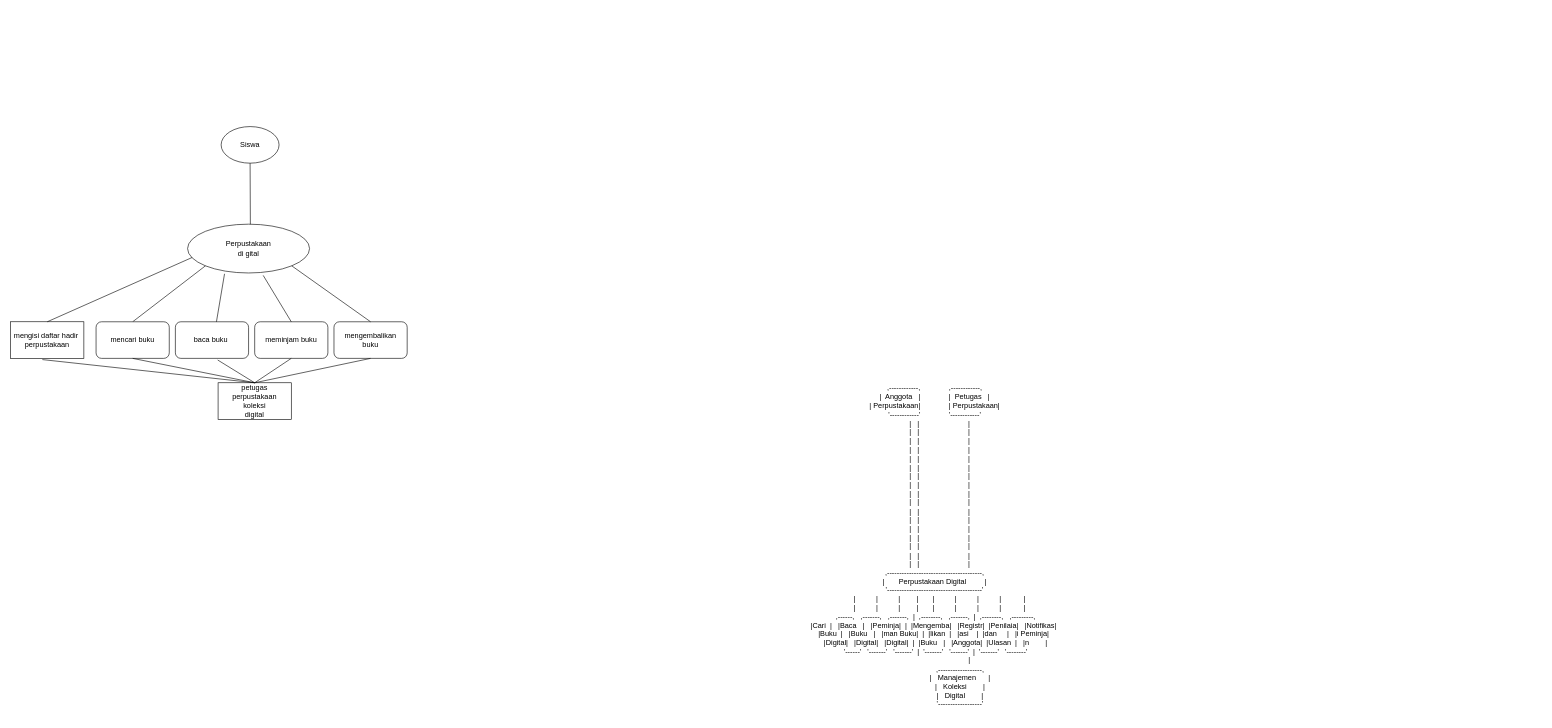
Before: use case perpustakaan digital.drawio in Ega-Wirausaha/perpus-digital, a draw.io diagram. Source tidied: cells renumbered, new cells numbered last; positions are measured from the earlier drawing's top-left corner, leaving out a move shared by most shapes. Both pictures are drawn from the tidied source at 61%, with x=0, y=0 at pixel (10, 126).
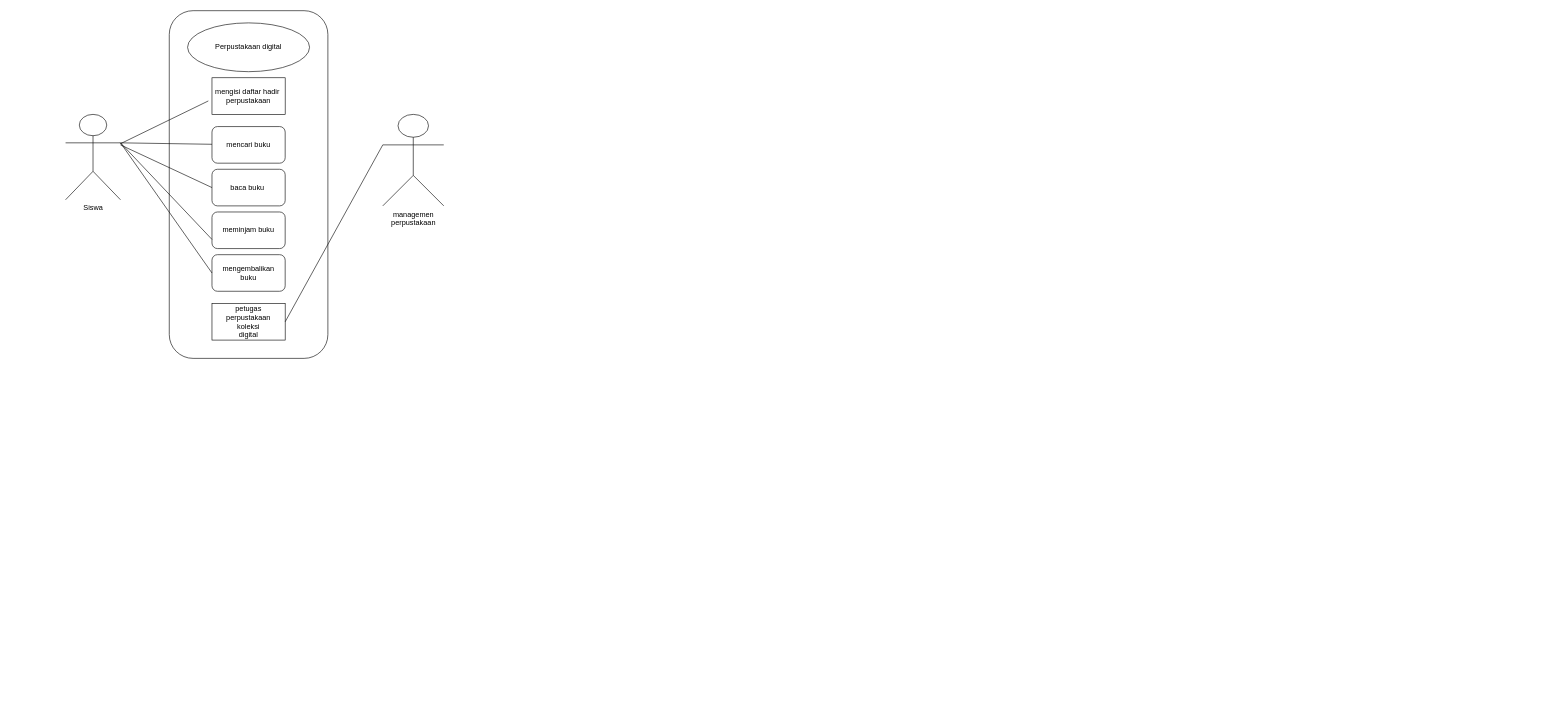
The same page after the edit.

The edit, as a diff of the source:
```diff
@@
-    <mxCell id="2" value="&lt;div&gt;&amp;nbsp; &amp;nbsp; &amp;nbsp; &amp;nbsp; &amp;nbsp;,------------,&amp;nbsp; &amp;nbsp; &amp;nbsp; &amp;nbsp; &amp;nbsp; &amp;nbsp; &amp;nbsp; ,------------,&lt;/div&gt;&lt;div&gt;&amp;nbsp; &amp;nbsp; &amp;nbsp; &amp;nbsp; &amp;nbsp;|&amp;nbsp; Anggota&amp;nbsp; &amp;nbsp;|&amp;nbsp; &amp;nbsp; &amp;nbsp; &amp;nbsp; &amp;nbsp; &amp;nbsp; &amp;nbsp; |&amp;nbsp; Petugas&amp;nbsp; &amp;nbsp;|&lt;/div&gt;&lt;div&gt;&amp;nbsp; &amp;nbsp; &amp;nbsp; &amp;nbsp; &amp;nbsp;| Perpustakaan|&amp;nbsp; &amp;nbsp; &amp;nbsp; &amp;nbsp; &amp;nbsp; &amp;nbsp; &amp;nbsp; | Perpustakaan|&lt;/div&gt;&lt;div&gt;&amp;nbsp; &amp;nbsp; &amp;nbsp; &amp;nbsp; &amp;nbsp;'------------'&amp;nbsp; &amp;nbsp; &amp;nbsp; &amp;nbsp; &amp;nbsp; &amp;nbsp; &amp;nbsp; '------------'&lt;/div&gt;&lt;div&gt;&amp;nbsp; &amp;nbsp; &amp;nbsp; &amp;nbsp; &amp;nbsp; &amp;nbsp; &amp;nbsp; |&amp;nbsp; &amp;nbsp;|&amp;nbsp; &amp;nbsp; &amp;nbsp; &amp;nbsp; &amp;nbsp; &amp;nbsp; &amp;nbsp; &amp;nbsp; &amp;nbsp; &amp;nbsp; &amp;nbsp; &amp;nbsp; |&lt;/div&gt;&lt;div&gt;&amp;nbsp; &amp;nbsp; &amp;nbsp; &amp;nbsp; &amp;nbsp; &amp;nbsp; &amp;nbsp; |&amp;nbsp; &amp;nbsp;|&amp;nbsp; &amp;nbsp; &amp;nbsp; &amp;nbsp; &amp;nbsp; &amp;nbsp; &amp;nbsp; &amp;nbsp; &amp;nbsp; &amp;nbsp; &amp;nbsp; &amp;nbsp; |&lt;/div&gt;&lt;div&gt;&amp;nbsp; &amp;nbsp; &amp;nbsp; &amp;nbsp; &amp;nbsp; &amp;nbsp; &amp;nbsp; |&amp;nbsp; &amp;nbsp;|&amp;nbsp; &amp;nbsp; &amp;nbsp; &amp;nbsp; &amp;nbsp; &amp;nbsp; &amp;nbsp; &amp;nbsp; &amp;nbsp; &amp;nbsp; &amp;nbsp; &amp;nbsp; |&lt;/div&gt;&lt;div&gt;&amp;nbsp; &amp;nbsp; &amp;nbsp; &amp;nbsp; &amp;nbsp; &amp;nbsp; &amp;nbsp; |&amp;nbsp; &amp;nbsp;|&amp;nbsp; &amp;nbsp; &amp;nbsp; &amp;nbsp; &amp;nbsp; &amp;nbsp; &amp;nbsp; &amp;nbsp; &amp;nbsp; &amp;nbsp; &amp;nbsp; &amp;nbsp; |&lt;/div&gt;&lt;div&gt;&amp;nbsp; &amp;nbsp; &amp;nbsp; &amp;nbsp; &amp;nbsp; &amp;nbsp; &amp;nbsp; |&amp;nbsp; &amp;nbsp;|&amp;nbsp; &amp;nbsp; &amp;nbsp; &amp;nbsp; &amp;nbsp; &amp;nbsp; &amp;nbsp; &amp;nbsp; &amp;nbsp; &amp;nbsp; &amp;nbsp; &amp;nbsp; |&lt;/div&gt;&lt;div&gt;&amp;nbsp; &amp;nbsp; &amp;nbsp; &amp;nbsp; &amp;nbsp; &amp;nbsp; &amp;nbsp; |&amp;nbsp; &amp;nbsp;|&amp;nbsp; &amp;nbsp; &amp;nbsp; &amp;nbsp; &amp;nbsp; &amp;nbsp; &amp;nbsp; &amp;nbsp; &amp;nbsp; &amp;nbsp; &amp;nbsp; &amp;nbsp; |&lt;/div&gt;&lt;div&gt;&amp;nbsp; &amp;nbsp; &amp;nbsp; &amp;nbsp; &amp;nbsp; &amp;nbsp; &amp;nbsp; |&amp;nbsp; &amp;nbsp;|&amp;nbsp; &amp;nbsp; &amp;nbsp; &amp;nbsp; &amp;nbsp; &amp;nbsp; &amp;nbsp; &amp;nbsp; &amp;nbsp; &amp;nbsp; &amp;nbsp; &amp;nbsp; |&lt;/div&gt;&lt;div&gt;&amp;nbsp; &amp;nbsp; &amp;nbsp; &amp;nbsp; &amp;nbsp; &amp;nbsp; &amp;nbsp; |&amp;nbsp; &amp;nbsp;|&amp;nbsp; &amp;nbsp; &amp;nbsp; &amp;nbsp; &amp;nbsp; &amp;nbsp; &amp;nbsp; &amp;nbsp; &amp;nbsp; &amp;nbsp; &amp;nbsp; &amp;nbsp; |&lt;/div&gt;&lt;div&gt;&amp;nbsp; &amp;nbsp; &amp;nbsp; &amp;nbsp; &amp;nbsp; &amp;nbsp; &amp;nbsp; |&amp;nbsp; &amp;nbsp;|&amp;nbsp; &amp;nbsp; &amp;nbsp; &amp;nbsp; &amp;nbsp; &amp;nbsp; &amp;nbsp; &amp;nbsp; &amp;nbsp; &amp;nbsp; &amp;nbsp; &amp;nbsp; |&lt;/div&gt;&lt;div&gt;&amp;nbsp; &amp;nbsp; &amp;nbsp; &amp;nbsp; &amp;nbsp; &amp;nbsp; &amp;nbsp; |&amp;nbsp; &amp;nbsp;|&amp;nbsp; &amp;nbsp; &amp;nbsp; &amp;nbsp; &amp;nbsp; &amp;nbsp; &amp;nbsp; &amp;nbsp; &amp;nbsp; &amp;nbsp; &amp;nbsp; &amp;nbsp; |&lt;/div&gt;&lt;div&gt;&amp;nbsp; &amp;nbsp; &amp;nbsp; &amp;nbsp; &amp;nbsp; &amp;nbsp; &amp;nbsp; |&amp;nbsp; &amp;nbsp;|&amp;nbsp; &amp;nbsp; &amp;nbsp; &amp;nbsp; &amp;nbsp; &amp;nbsp; &amp;nbsp; &amp;nbsp; &amp;nbsp; &amp;nbsp; &amp;nbsp; &amp;nbsp; |&lt;/div&gt;&lt;div&gt;&amp;nbsp; &amp;nbsp; &amp;nbsp; &amp;nbsp; &amp;nbsp; &amp;nbsp; &amp;nbsp; |&amp;nbsp; &amp;nbsp;|&amp;nbsp; &amp;nbsp; &amp;nbsp; &amp;nbsp; &amp;nbsp; &amp;nbsp; &amp;nbsp; &amp;nbsp; &amp;nbsp; &amp;nbsp; &amp;nbsp; &amp;nbsp; |&lt;/div&gt;&lt;div&gt;&amp;nbsp; &amp;nbsp; &amp;nbsp; &amp;nbsp; &amp;nbsp; &amp;nbsp; &amp;nbsp; |&amp;nbsp; &amp;nbsp;|&amp;nbsp; &amp;nbsp; &amp;nbsp; &amp;nbsp; &amp;nbsp; &amp;nbsp; &amp;nbsp; &amp;nbsp; &amp;nbsp; &amp;nbsp; &amp;nbsp; &amp;nbsp; |&lt;/div&gt;&lt;div&gt;&amp;nbsp; &amp;nbsp; &amp;nbsp; &amp;nbsp; &amp;nbsp; &amp;nbsp; &amp;nbsp; |&amp;nbsp; &amp;nbsp;|&amp;nbsp; &amp;nbsp; &amp;nbsp; &amp;nbsp; &amp;nbsp; &amp;nbsp; &amp;nbsp; &amp;nbsp; &amp;nbsp; &amp;nbsp; &amp;nbsp; &amp;nbsp; |&lt;/div&gt;&lt;div&gt;&amp;nbsp; &amp;nbsp; &amp;nbsp; &amp;nbsp; &amp;nbsp; &amp;nbsp; &amp;nbsp; |&amp;nbsp; &amp;nbsp;|&amp;nbsp; &amp;nbsp; &amp;nbsp; &amp;nbsp; &amp;nbsp; &amp;nbsp; &amp;nbsp; &amp;nbsp; &amp;nbsp; &amp;nbsp; &amp;nbsp; &amp;nbsp; |&lt;/div&gt;&lt;div&gt;&amp;nbsp; &amp;nbsp; &amp;nbsp; &amp;nbsp; &amp;nbsp; &amp;nbsp; &amp;nbsp; |&amp;nbsp; &amp;nbsp;|&amp;nbsp; &amp;nbsp; &amp;nbsp; &amp;nbsp; &amp;nbsp; &amp;nbsp; &amp;nbsp; &amp;nbsp; &amp;nbsp; &amp;nbsp; &amp;nbsp; &amp;nbsp; |&lt;/div&gt;&lt;div&gt;&amp;nbsp; &amp;nbsp; &amp;nbsp; &amp;nbsp; &amp;nbsp; &amp;nbsp; &amp;nbsp; |&amp;nbsp; &amp;nbsp;|&amp;nbsp; &amp;nbsp; &amp;nbsp; &amp;nbsp; &amp;nbsp; &amp;nbsp; &amp;nbsp; &amp;nbsp; &amp;nbsp; &amp;nbsp; &amp;nbsp; &amp;nbsp; |&lt;/div&gt;&lt;div&gt;&amp;nbsp; &amp;nbsp; &amp;nbsp; &amp;nbsp; &amp;nbsp;,---------------------------------------,&lt;/div&gt;&lt;div&gt;&amp;nbsp; &amp;nbsp; &amp;nbsp; &amp;nbsp; &amp;nbsp;|&amp;nbsp; &amp;nbsp; &amp;nbsp; &amp;nbsp;Perpustakaan Digital&amp;nbsp; &amp;nbsp; &amp;nbsp; &amp;nbsp; &amp;nbsp;|&lt;/div&gt;&lt;div&gt;&amp;nbsp; &amp;nbsp; &amp;nbsp; &amp;nbsp; &amp;nbsp;'---------------------------------------'&lt;/div&gt;&lt;div&gt;&amp;nbsp; &amp;nbsp; &amp;nbsp; &amp;nbsp; &amp;nbsp; &amp;nbsp; &amp;nbsp; |&amp;nbsp; &amp;nbsp; &amp;nbsp; &amp;nbsp; &amp;nbsp; |&amp;nbsp; &amp;nbsp; &amp;nbsp; &amp;nbsp; &amp;nbsp; |&amp;nbsp; &amp;nbsp; &amp;nbsp; &amp;nbsp; |&amp;nbsp; &amp;nbsp; &amp;nbsp; &amp;nbsp;|&amp;nbsp; &amp;nbsp; &amp;nbsp; &amp;nbsp; &amp;nbsp; |&amp;nbsp; &amp;nbsp; &amp;nbsp; &amp;nbsp; &amp;nbsp; |&amp;nbsp; &amp;nbsp; &amp;nbsp; &amp;nbsp; &amp;nbsp; |&amp;nbsp; &amp;nbsp; &amp;nbsp; &amp;nbsp; &amp;nbsp; &amp;nbsp;|&lt;/div&gt;&lt;div&gt;&amp;nbsp; &amp;nbsp; &amp;nbsp; &amp;nbsp; &amp;nbsp; &amp;nbsp; &amp;nbsp; |&amp;nbsp; &amp;nbsp; &amp;nbsp; &amp;nbsp; &amp;nbsp; |&amp;nbsp; &amp;nbsp; &amp;nbsp; &amp;nbsp; &amp;nbsp; |&amp;nbsp; &amp;nbsp; &amp;nbsp; &amp;nbsp; |&amp;nbsp; &amp;nbsp; &amp;nbsp; &amp;nbsp;|&amp;nbsp; &amp;nbsp; &amp;nbsp; &amp;nbsp; &amp;nbsp; |&amp;nbsp; &amp;nbsp; &amp;nbsp; &amp;nbsp; &amp;nbsp; |&amp;nbsp; &amp;nbsp; &amp;nbsp; &amp;nbsp; &amp;nbsp; |&amp;nbsp; &amp;nbsp; &amp;nbsp; &amp;nbsp; &amp;nbsp; &amp;nbsp;|&lt;/div&gt;&lt;div&gt;&amp;nbsp; &amp;nbsp; &amp;nbsp; &amp;nbsp; &amp;nbsp; ,------,&amp;nbsp; &amp;nbsp;,-------,&amp;nbsp; &amp;nbsp;,-------,&amp;nbsp; |&amp;nbsp; ,--------,&amp;nbsp; &amp;nbsp;,-------,&amp;nbsp; |&amp;nbsp; ,--------,&amp;nbsp; &amp;nbsp;,---------,&lt;/div&gt;&lt;div&gt;&amp;nbsp; &amp;nbsp; &amp;nbsp; &amp;nbsp; &amp;nbsp; |Cari&amp;nbsp; |&amp;nbsp; &amp;nbsp;|Baca&amp;nbsp; &amp;nbsp;|&amp;nbsp; &amp;nbsp;|Peminja|&amp;nbsp; |&amp;nbsp; |Mengemba|&amp;nbsp; &amp;nbsp;|Registr|&amp;nbsp; |Penilaia|&amp;nbsp; &amp;nbsp;|Notifikas|&amp;nbsp;&amp;nbsp;&lt;/div&gt;&lt;div&gt;&amp;nbsp; &amp;nbsp; &amp;nbsp; &amp;nbsp; &amp;nbsp; |Buku&amp;nbsp; |&amp;nbsp; &amp;nbsp;|Buku&amp;nbsp; &amp;nbsp;|&amp;nbsp; &amp;nbsp;|man Buku|&amp;nbsp; |&amp;nbsp; |likan&amp;nbsp; |&amp;nbsp; &amp;nbsp;|asi&amp;nbsp; &amp;nbsp; |&amp;nbsp; |dan&amp;nbsp; &amp;nbsp; &amp;nbsp;|&amp;nbsp; &amp;nbsp;|i Peminja|&amp;nbsp;&amp;nbsp;&lt;/div&gt;&lt;div&gt;&amp;nbsp; &amp;nbsp; &amp;nbsp; &amp;nbsp; &amp;nbsp; |Digital|&amp;nbsp; &amp;nbsp;|Digital|&amp;nbsp; &amp;nbsp;|Digital|&amp;nbsp; |&amp;nbsp; |Buku&amp;nbsp; &amp;nbsp;|&amp;nbsp; &amp;nbsp;|Anggota|&amp;nbsp; |Ulasan&amp;nbsp; |&amp;nbsp; &amp;nbsp;|n&amp;nbsp; &amp;nbsp; &amp;nbsp; &amp;nbsp; |&lt;/div&gt;&lt;div&gt;&amp;nbsp; &amp;nbsp; &amp;nbsp; &amp;nbsp; &amp;nbsp; '------'&amp;nbsp; &amp;nbsp;'-------'&amp;nbsp; &amp;nbsp;'-------'&amp;nbsp; |&amp;nbsp; '-------'&amp;nbsp; &amp;nbsp;'-------'&amp;nbsp; |&amp;nbsp; '-------'&amp;nbsp; &amp;nbsp;'--------'&lt;/div&gt;&lt;div&gt;&amp;nbsp; &amp;nbsp; &amp;nbsp; &amp;nbsp; &amp;nbsp; &amp;nbsp; &amp;nbsp; &amp;nbsp; &amp;nbsp; &amp;nbsp; &amp;nbsp; &amp;nbsp; &amp;nbsp; &amp;nbsp; &amp;nbsp; &amp;nbsp; &amp;nbsp; &amp;nbsp; &amp;nbsp; &amp;nbsp; &amp;nbsp; &amp;nbsp;|&lt;/div&gt;&lt;div&gt;&amp;nbsp; &amp;nbsp; &amp;nbsp; &amp;nbsp; &amp;nbsp; &amp;nbsp; &amp;nbsp; &amp;nbsp; &amp;nbsp; &amp;nbsp; &amp;nbsp; &amp;nbsp; &amp;nbsp; &amp;nbsp; &amp;nbsp; &amp;nbsp; &amp;nbsp; ,------------------,&lt;/div&gt;&lt;div&gt;&amp;nbsp; &amp;nbsp; &amp;nbsp; &amp;nbsp; &amp;nbsp; &amp;nbsp; &amp;nbsp; &amp;nbsp; &amp;nbsp; &amp;nbsp; &amp;nbsp; &amp;nbsp; &amp;nbsp; &amp;nbsp; &amp;nbsp; &amp;nbsp; &amp;nbsp; |&amp;nbsp; &amp;nbsp;Manajemen&amp;nbsp; &amp;nbsp; &amp;nbsp; |&lt;/div&gt;&lt;div&gt;&amp;nbsp; &amp;nbsp; &amp;nbsp; &amp;nbsp; &amp;nbsp; &amp;nbsp; &amp;nbsp; &amp;nbsp; &amp;nbsp; &amp;nbsp; &amp;nbsp; &amp;nbsp; &amp;nbsp; &amp;nbsp; &amp;nbsp; &amp;nbsp; &amp;nbsp; |&amp;nbsp; &amp;nbsp;Koleksi&amp;nbsp; &amp;nbsp; &amp;nbsp; &amp;nbsp; |&lt;/div&gt;&lt;div&gt;&amp;nbsp; &amp;nbsp; &amp;nbsp; &amp;nbsp; &amp;nbsp; &amp;nbsp; &amp;nbsp; &amp;nbsp; &amp;nbsp; &amp;nbsp; &amp;nbsp; &amp;nbsp; &amp;nbsp; &amp;nbsp; &amp;nbsp; &amp;nbsp; &amp;nbsp; |&amp;nbsp; &amp;nbsp;Digital&amp;nbsp; &amp;nbsp; &amp;nbsp; &amp;nbsp; |&lt;/div&gt;&lt;div&gt;&amp;nbsp; &amp;nbsp; &amp;nbsp; &amp;nbsp; &amp;nbsp; &amp;nbsp; &amp;nbsp; &amp;nbsp; &amp;nbsp; &amp;nbsp; &amp;nbsp; &amp;nbsp; &amp;nbsp; &amp;nbsp; &amp;nbsp; &amp;nbsp; &amp;nbsp; '------------------'&lt;/div&gt;&lt;div&gt;&lt;br&gt;&lt;/div&gt;" style="text;strokeColor=none;align=center;fillColor=none;html=1;verticalAlign=middle;whiteSpace=wrap;rounded=0;" parent="1" vertex="1">
-      <mxGeometry x="490" y="670" width="2020" height="50" as="geometry" />
-    </mxCell>
-    <mxCell id="3" value="Siswa" style="ellipse;whiteSpace=wrap;html=1;" parent="1" vertex="1">
-      <mxGeometry x="345" width="95" height="60" as="geometry" />
-    </mxCell>
-    <mxCell id="4" style="endArrow=none;html=1;rounded=0;entryX=0.5;entryY=1;entryDx=0;entryDy=0;" parent="1" edge="1" target="3">
-      <mxGeometry relative="1" as="geometry">
-        <mxPoint x="393" y="170" as="sourcePoint" />
-      </mxGeometry>
-    </mxCell>
+    <mxCell id="22" style="rounded=1;whiteSpace=wrap;html=1;direction=south;" parent="1" vertex="1">
+      <mxGeometry x="260" y="-190" width="260" height="570" as="geometry" />
+    </mxCell>
-    <mxCell id="5" value="Perpustakaan&lt;br&gt;di gital" style="ellipse;whiteSpace=wrap;html=1;" parent="1" vertex="1">
-      <mxGeometry x="290" y="160" width="200" height="80" as="geometry" />
+    <mxCell id="5" value="Perpustakaan digital&lt;br&gt;" style="ellipse;whiteSpace=wrap;html=1;" parent="1" vertex="1">
+      <mxGeometry x="290" y="-170" width="200" height="80" as="geometry" />
     </mxCell>
-    <mxCell id="6" style="endArrow=none;html=1;rounded=0;entryX=0;entryY=1;entryDx=0;entryDy=0;exitX=0.5;exitY=0;exitDx=0;exitDy=0;" parent="1" edge="1" source="7" target="5">
-      <mxGeometry relative="1" as="geometry" />
-    </mxCell>
     <mxCell id="7" value="mencari buku" style="rounded=1;whiteSpace=wrap;html=1;" parent="1" vertex="1">
-      <mxGeometry x="140" y="320" width="120" height="60" as="geometry" />
+      <mxGeometry x="330" width="120" height="60" as="geometry" />
     </mxCell>
     <mxCell id="8" value="baca buku&amp;nbsp;" style="rounded=1;whiteSpace=wrap;html=1;" parent="1" vertex="1">
-      <mxGeometry x="270" y="320" width="120" height="60" as="geometry" />
+      <mxGeometry x="330" y="70" width="120" height="60" as="geometry" />
     </mxCell>
     <mxCell id="9" value="meminjam buku" style="rounded=1;whiteSpace=wrap;html=1;" parent="1" vertex="1">
-      <mxGeometry x="400" y="320" width="120" height="60" as="geometry" />
+      <mxGeometry x="330" y="140" width="120" height="60" as="geometry" />
     </mxCell>
     <mxCell id="10" value="mengembalikan&lt;br&gt;buku" style="rounded=1;whiteSpace=wrap;html=1;" parent="1" vertex="1">
-      <mxGeometry x="530" y="320" width="120" height="60" as="geometry" />
+      <mxGeometry x="330" y="210" width="120" height="60" as="geometry" />
     </mxCell>
-    <mxCell id="11" style="endArrow=none;html=1;rounded=0;entryX=0.303;entryY=1.017;entryDx=0;entryDy=0;entryPerimeter=0;exitX=0.561;exitY=0;exitDx=0;exitDy=0;exitPerimeter=0;" parent="1" edge="1" source="8" target="5">
-      <mxGeometry relative="1" as="geometry" />
-    </mxCell>
-    <mxCell id="12" style="endArrow=none;html=1;rounded=0;exitX=0.62;exitY=1.05;exitDx=0;exitDy=0;exitPerimeter=0;entryX=0.5;entryY=0;entryDx=0;entryDy=0;" parent="1" edge="1" source="5" target="9">
-      <mxGeometry relative="1" as="geometry" />
-    </mxCell>
-    <mxCell id="13" style="endArrow=none;html=1;rounded=0;entryX=1;entryY=1;entryDx=0;entryDy=0;exitX=0.5;exitY=0;exitDx=0;exitDy=0;" parent="1" edge="1" source="10" target="5">
-      <mxGeometry relative="1" as="geometry" />
-    </mxCell>
     <mxCell id="14" value="petugas perpustakaan&lt;br&gt;koleksi&lt;br&gt;digital" style="rounded=0;whiteSpace=wrap;html=1;" parent="1" vertex="1">
-      <mxGeometry x="340" y="420" width="120" height="60" as="geometry" />
+      <mxGeometry x="330" y="290" width="120" height="60" as="geometry" />
     </mxCell>
-    <mxCell id="15" style="endArrow=none;html=1;rounded=0;exitX=0.5;exitY=0;exitDx=0;exitDy=0;entryX=0.5;entryY=1;entryDx=0;entryDy=0;" parent="1" edge="1" source="14" target="7">
-      <mxGeometry relative="1" as="geometry" />
-    </mxCell>
-    <mxCell id="16" style="endArrow=none;html=1;rounded=0;exitX=0.5;exitY=0;exitDx=0;exitDy=0;entryX=0.578;entryY=1.044;entryDx=0;entryDy=0;entryPerimeter=0;" parent="1" edge="1" source="14" target="8">
-      <mxGeometry relative="1" as="geometry" />
-    </mxCell>
-    <mxCell id="17" style="endArrow=none;html=1;rounded=0;exitX=0.5;exitY=0;exitDx=0;exitDy=0;entryX=0.5;entryY=1;entryDx=0;entryDy=0;" parent="1" edge="1" source="14" target="9">
-      <mxGeometry relative="1" as="geometry" />
-    </mxCell>
-    <mxCell id="18" style="endArrow=none;html=1;rounded=0;entryX=0.5;entryY=1;entryDx=0;entryDy=0;" parent="1" edge="1" target="10">
-      <mxGeometry relative="1" as="geometry">
-        <mxPoint x="400" y="420" as="sourcePoint" />
-      </mxGeometry>
-    </mxCell>
     <mxCell id="19" value="mengisi daftar hadir&amp;nbsp;&lt;br&gt;perpustakaan" style="rounded=0;whiteSpace=wrap;html=1;" parent="1" vertex="1">
-      <mxGeometry y="320" width="120" height="60" as="geometry" />
+      <mxGeometry x="330" y="-80" width="120" height="60" as="geometry" />
     </mxCell>
-    <mxCell id="20" style="endArrow=none;html=1;rounded=0;exitX=0.5;exitY=0;exitDx=0;exitDy=0;entryX=0.037;entryY=0.683;entryDx=0;entryDy=0;entryPerimeter=0;" parent="1" edge="1" source="19" target="5">
-      <mxGeometry relative="1" as="geometry" />
-    </mxCell>
-    <mxCell id="21" style="endArrow=none;html=1;rounded=0;exitX=0.5;exitY=0;exitDx=0;exitDy=0;entryX=0.433;entryY=1.033;entryDx=0;entryDy=0;entryPerimeter=0;" parent="1" edge="1" source="14" target="19">
-      <mxGeometry relative="1" as="geometry" />
-    </mxCell>
+    <mxCell id="3" value="Siswa" style="shape=umlActor;verticalLabelPosition=bottom;verticalAlign=top;html=1;outlineConnect=0;" parent="1" vertex="1">
+      <mxGeometry x="90" y="-20" width="90" height="140" as="geometry" />
+    </mxCell>
+    <mxCell id="23" style="endArrow=none;html=1;rounded=0;entryX=-0.05;entryY=0.633;entryDx=0;entryDy=0;entryPerimeter=0;" parent="1" edge="1" source="3" target="19">
+      <mxGeometry relative="1" as="geometry" />
+    </mxCell>
+    <mxCell id="24" style="endArrow=none;html=1;rounded=0;entryX=1;entryY=0.3333333333333333;entryDx=0;entryDy=0;entryPerimeter=0;" parent="1" edge="1" source="7" target="3">
+      <mxGeometry relative="1" as="geometry" />
+    </mxCell>
+    <mxCell id="25" style="endArrow=none;html=1;rounded=0;entryX=0;entryY=0.5;entryDx=0;entryDy=0;" parent="1" edge="1" target="8">
+      <mxGeometry relative="1" as="geometry">
+        <mxPoint x="180" y="30" as="sourcePoint" />
+      </mxGeometry>
+    </mxCell>
+    <mxCell id="26" style="endArrow=none;html=1;rounded=0;exitX=1;exitY=0.3333333333333333;exitDx=0;exitDy=0;exitPerimeter=0;entryX=0;entryY=0.75;entryDx=0;entryDy=0;" parent="1" edge="1" source="3" target="9">
+      <mxGeometry relative="1" as="geometry" />
+    </mxCell>
+    <mxCell id="27" style="endArrow=none;html=1;rounded=0;exitX=0;exitY=0.5;exitDx=0;exitDy=0;entryX=1;entryY=0.3333333333333333;entryDx=0;entryDy=0;entryPerimeter=0;" parent="1" edge="1" source="10" target="3">
+      <mxGeometry relative="1" as="geometry" />
+    </mxCell>
+    <mxCell id="28" value="managemen&lt;br&gt;perpustakaan&lt;br&gt;" style="shape=umlActor;verticalLabelPosition=bottom;verticalAlign=top;html=1;outlineConnect=0;" parent="1" vertex="1">
+      <mxGeometry x="610" y="-20" width="100" height="150" as="geometry" />
+    </mxCell>
+    <mxCell id="29" style="endArrow=none;html=1;rounded=0;exitX=1;exitY=0.5;exitDx=0;exitDy=0;entryX=0;entryY=0.3333333333333333;entryDx=0;entryDy=0;entryPerimeter=0;" parent="1" edge="1" source="14" target="28">
+      <mxGeometry relative="1" as="geometry" />
+    </mxCell>
```
